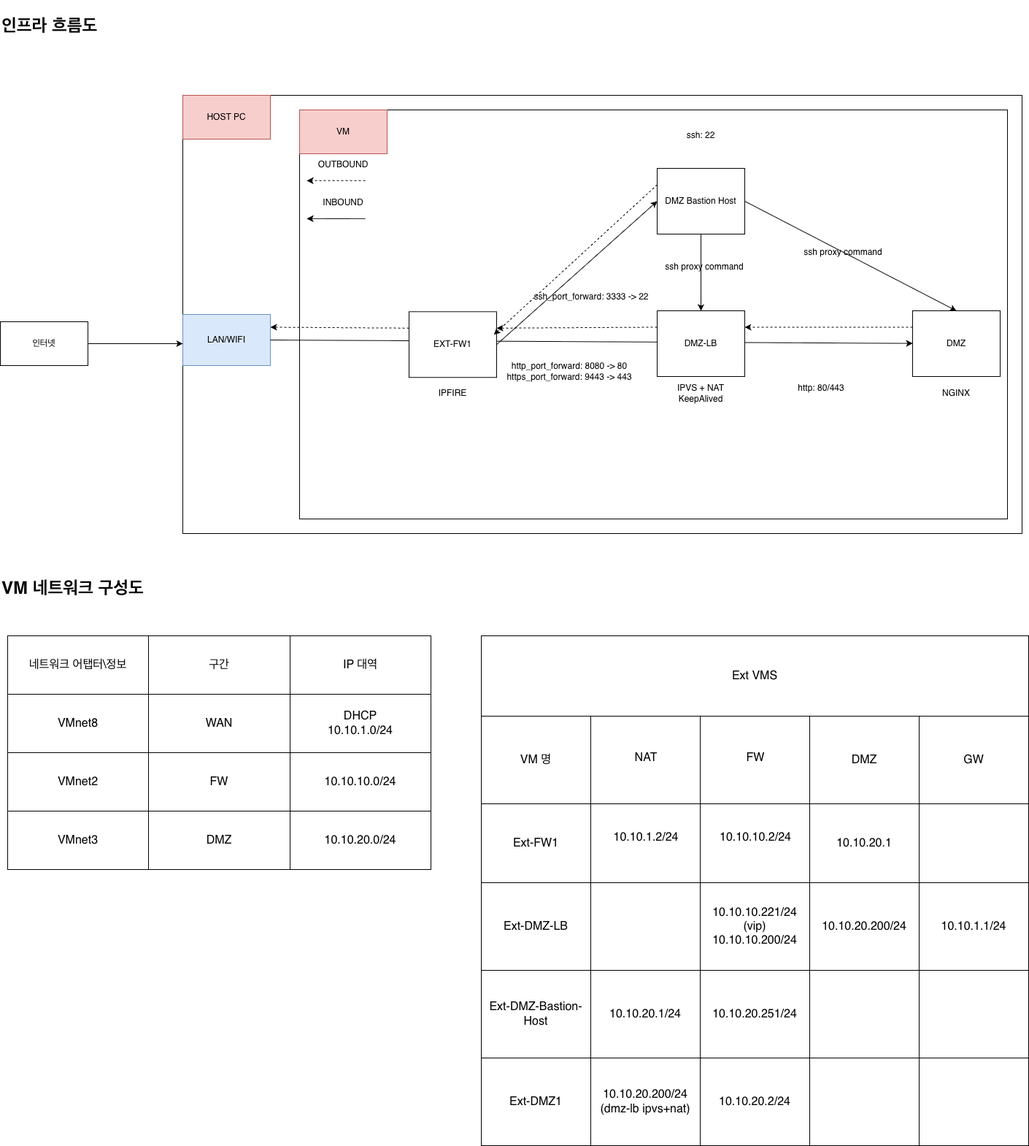
This is fw-dmz-fw-sz-study/images/Onpromise-Infrastructure.png from sangholim/Onpromise-Infrastructure-Study, a draw.io export, as it was before one commit. Source tidied: cells renumbered, new cells last; positions are measured from the earlier drawing's top-left corner, leaving out a move shared by most shapes.
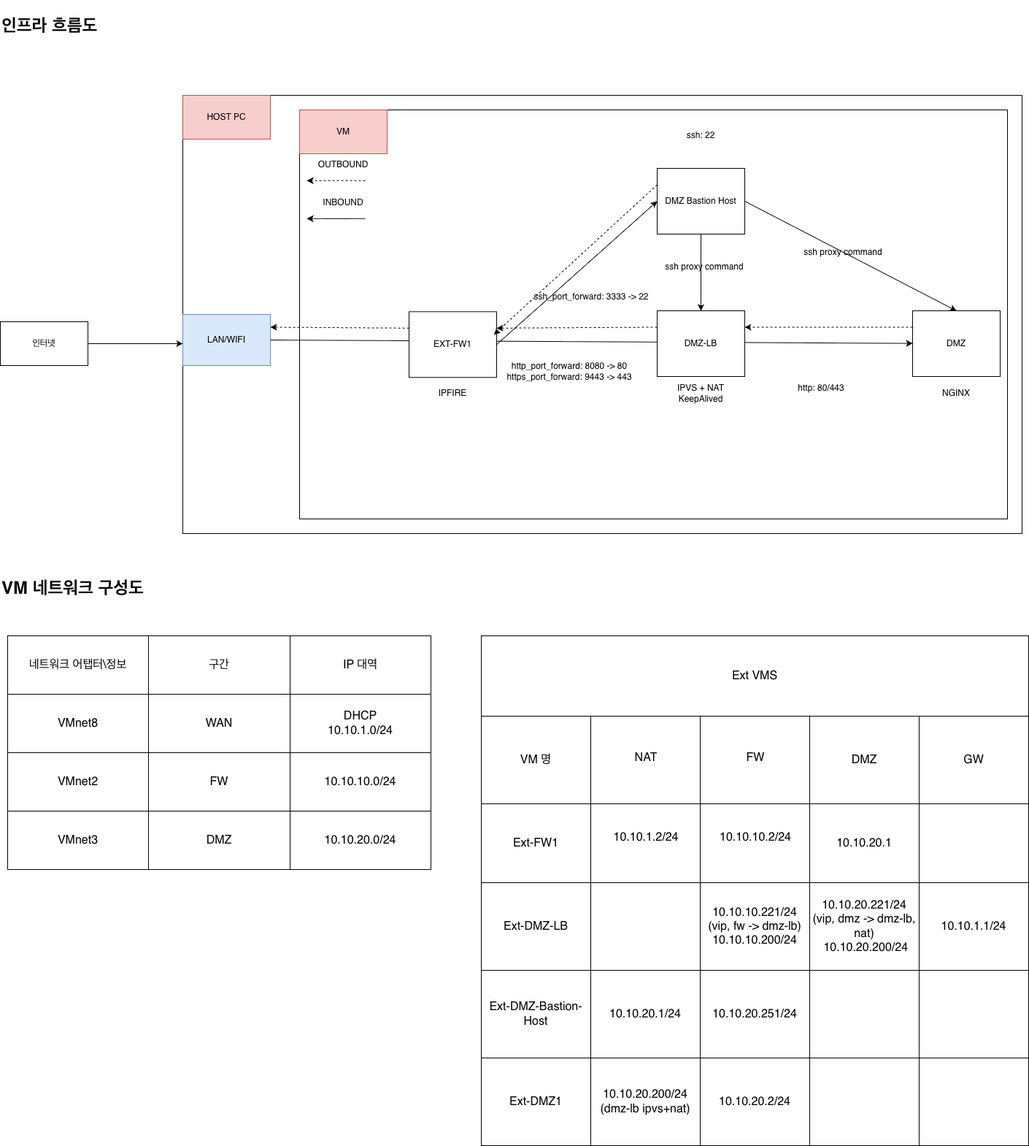
Later version of the same file.

The edit, as a diff of the source:
```diff
@@ -142,10 +142,10 @@
     <mxCell id="47" style="shape=partialRectangle;html=1;whiteSpace=wrap;strokeColor=inherit;overflow=hidden;fillColor=none;top=0;left=0;bottom=0;right=0;fontSize=16;" parent="45" vertex="1">
       <mxGeometry x="150" width="150" height="120" as="geometry" />
     </mxCell>
-    <mxCell id="48" value="10.10.10.221/24 (vip)&lt;br&gt;10.10.10.200/24" style="shape=partialRectangle;html=1;whiteSpace=wrap;strokeColor=inherit;overflow=hidden;fillColor=none;top=0;left=0;bottom=0;right=0;fontSize=16;" parent="45" vertex="1">
+    <mxCell id="48" value="10.10.10.221/24 (vip, fw -&amp;gt; dmz-lb)&lt;br&gt;10.10.10.200/24" style="shape=partialRectangle;html=1;whiteSpace=wrap;strokeColor=inherit;overflow=hidden;fillColor=none;top=0;left=0;bottom=0;right=0;fontSize=16;" parent="45" vertex="1">
       <mxGeometry x="300" width="150" height="120" as="geometry" />
     </mxCell>
-    <mxCell id="49" value="10.10.20.200/24" style="shape=partialRectangle;html=1;whiteSpace=wrap;strokeColor=inherit;overflow=hidden;fillColor=none;top=0;left=0;bottom=0;right=0;fontSize=16;" parent="45" vertex="1">
+    <mxCell id="49" value="10.10.20.221/24 (vip, dmz -&amp;gt; dmz-lb, nat)&lt;br&gt;&amp;nbsp;10.10.20.200/24" style="shape=partialRectangle;html=1;whiteSpace=wrap;strokeColor=inherit;overflow=hidden;fillColor=none;top=0;left=0;bottom=0;right=0;fontSize=16;" parent="45" vertex="1">
       <mxGeometry x="450" width="150" height="120" as="geometry" />
     </mxCell>
     <mxCell id="50" value="10.10.1.1/24" style="shape=partialRectangle;html=1;whiteSpace=wrap;strokeColor=inherit;overflow=hidden;fillColor=none;top=0;left=0;bottom=0;right=0;fontSize=16;" parent="45" vertex="1">
```
